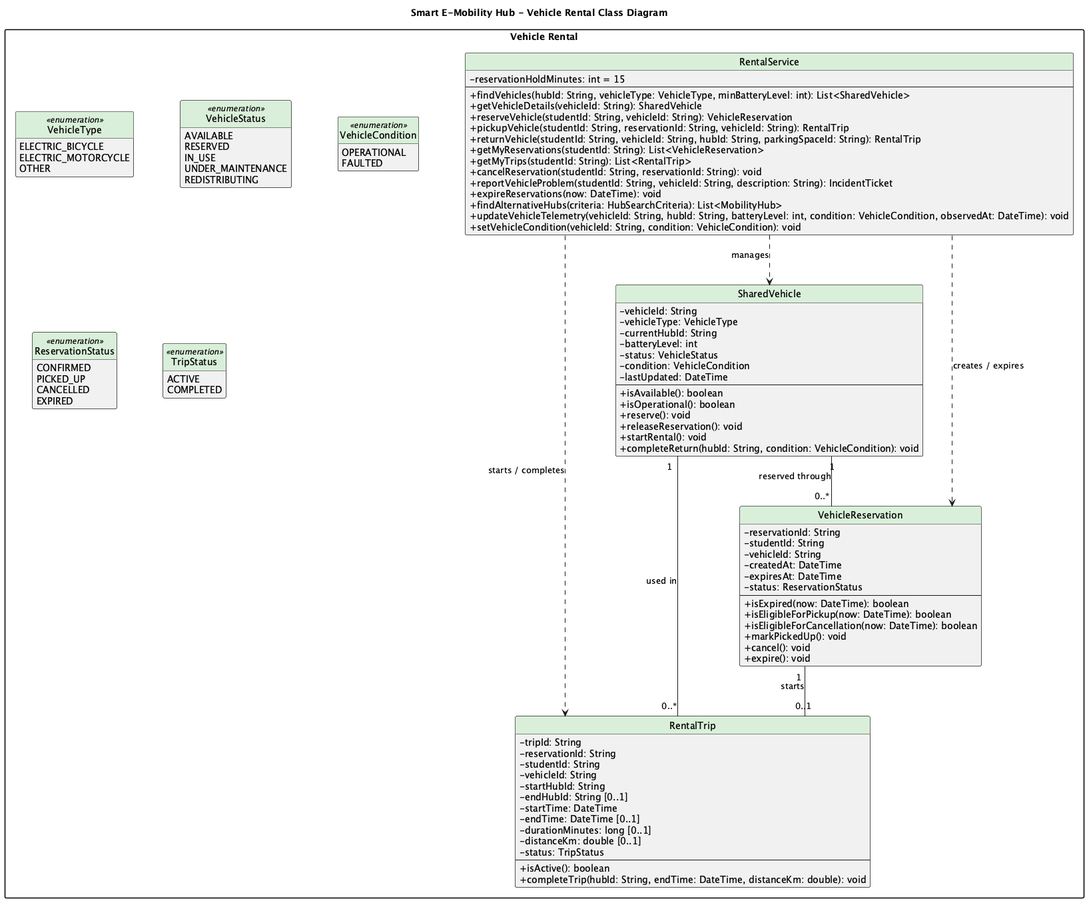
This is docs/submission-3/class-diagram/vehicle-rental/02-vehicle-rental.png from thanhpham1108/smart-e-mobility-hub, a PlantUML export, as it was before one commit. Its diagram source:
```plantuml
@startuml 02-vehicle-rental
title Smart E-Mobility Hub - Vehicle Rental Class Diagram

skinparam classAttributeIconSize 0
skinparam classHeaderBackgroundColor #D9EFD9
skinparam shadowing false
skinparam packageStyle rectangle
skinparam linetype ortho
skinparam nodesep 70
skinparam ranksep 75
hide circle
hide empty members

package "Vehicle Rental" {

    class SharedVehicle {
        - vehicleId: String
        - vehicleType: VehicleType
        - currentHubId: String
        - batteryLevel: int
        - status: VehicleStatus
        - condition: VehicleCondition
        - lastUpdated: DateTime
        --
        + isAvailable(): boolean
        + isOperational(): boolean
        + reserve(): void
        + releaseReservation(): void
        + startRental(): void
        + completeReturn(hubId: String, condition: VehicleCondition): void
    }

    enum VehicleType <<enumeration>> {
        ELECTRIC_BICYCLE
        ELECTRIC_MOTORCYCLE
        OTHER
    }

    enum VehicleStatus <<enumeration>> {
        AVAILABLE
        RESERVED
        IN_USE
        UNDER_MAINTENANCE
        REDISTRIBUTING
    }

    enum VehicleCondition <<enumeration>> {
        OPERATIONAL
        FAULTED
    }

    class VehicleReservation {
        - reservationId: String
        - studentId: String
        - vehicleId: String
        - createdAt: DateTime
        - expiresAt: DateTime
        - status: ReservationStatus
        --
        + isExpired(now: DateTime): boolean
        + isEligibleForPickup(now: DateTime): boolean
        + isEligibleForCancellation(now: DateTime): boolean
        + markPickedUp(): void
        + cancel(): void
        + expire(): void
    }

    enum ReservationStatus <<enumeration>> {
        CONFIRMED
        PICKED_UP
        CANCELLED
        EXPIRED
    }

    class RentalTrip {
        - tripId: String
        - reservationId: String
        - studentId: String
        - vehicleId: String
        - startHubId: String
        - endHubId: String [0..1]
        - startTime: DateTime
        - endTime: DateTime [0..1]
        - durationMinutes: long [0..1]
        - distanceKm: double [0..1]
        - status: TripStatus
        --
        + isActive(): boolean
        + completeTrip(hubId: String, endTime: DateTime, distanceKm: double): void
    }

    enum TripStatus <<enumeration>> {
        ACTIVE
        COMPLETED
    }

    class RentalService {
        - reservationHoldMinutes: int = 15
        --
        + findVehicles(hubId: String, vehicleType: VehicleType, minBatteryLevel: int): List<SharedVehicle>
        + getVehicleDetails(vehicleId: String): SharedVehicle
        + reserveVehicle(studentId: String, vehicleId: String): VehicleReservation
        + pickupVehicle(studentId: String, reservationId: String, vehicleId: String): RentalTrip
        + returnVehicle(studentId: String, vehicleId: String, hubId: String, parkingSpaceId: String): RentalTrip
        + getMyReservations(studentId: String): List<VehicleReservation>
        + getMyTrips(studentId: String): List<RentalTrip>
        + cancelReservation(studentId: String, reservationId: String): void
        + reportVehicleProblem(studentId: String, vehicleId: String, description: String): IncidentTicket
        + expireReservations(now: DateTime): void
        + findAlternativeHubs(criteria: HubSearchCriteria): List<MobilityHub>
        + updateVehicleTelemetry(vehicleId: String, hubId: String, batteryLevel: int, condition: VehicleCondition, observedAt: DateTime): void
        + setVehicleCondition(vehicleId: String, condition: VehicleCondition): void
    }

}


SharedVehicle "1" -- "0..*" VehicleReservation : reserved through
SharedVehicle "1" -- "0..*" RentalTrip : used in
VehicleReservation "1" -- "0..1" RentalTrip : starts


RentalService ..> SharedVehicle : manages
RentalService ..> VehicleReservation : creates / expires
RentalService ..> RentalTrip : starts / completes

@enduml
```
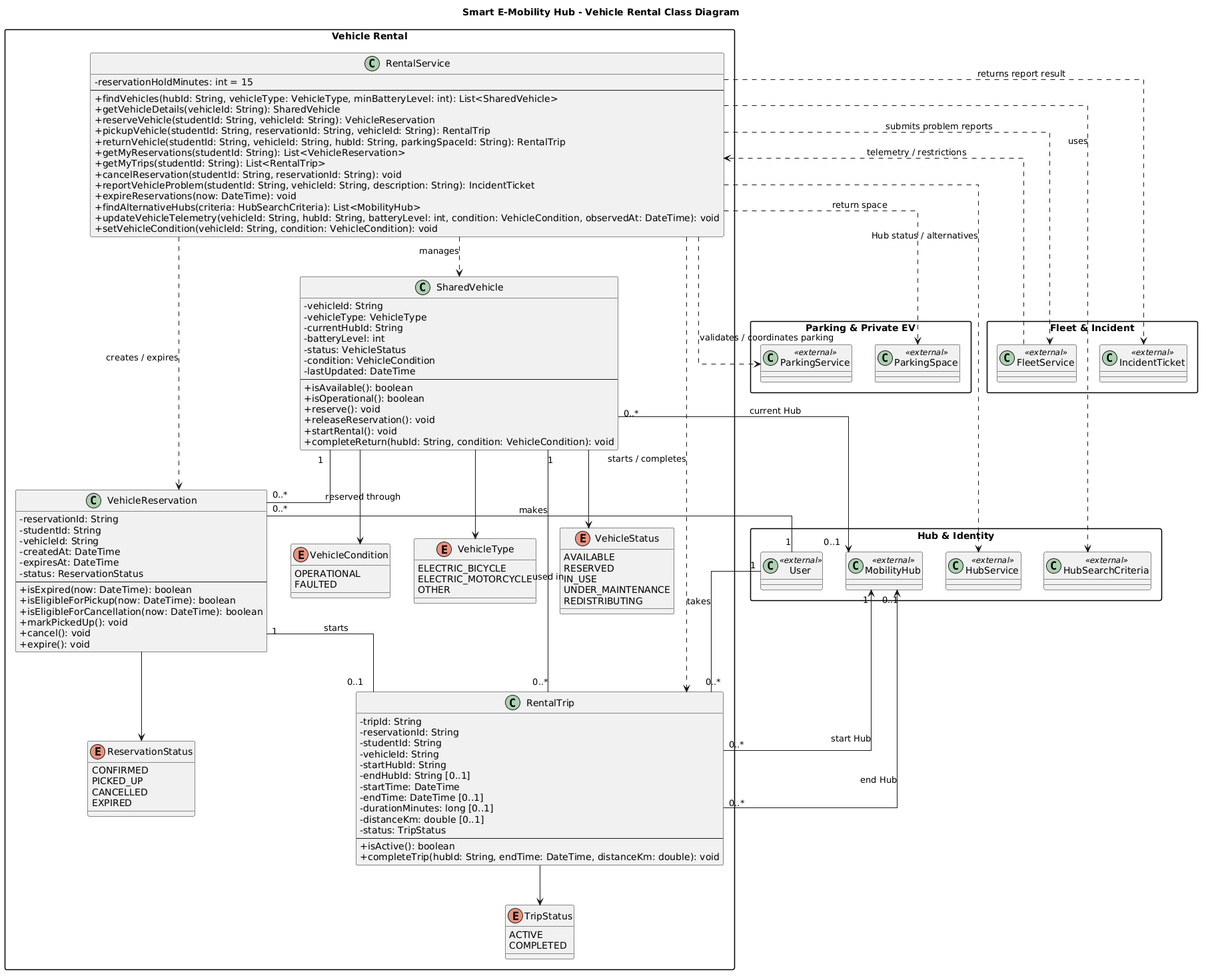
The same file after the commit.

Commit message:
docs(vehicle-rental): restore teammate diagram version

What changed in the source:
```diff
@@ -1,15 +1,10 @@
-@startuml 02-vehicle-rental
+@startuml
 title Smart E-Mobility Hub - Vehicle Rental Class Diagram
 
 skinparam classAttributeIconSize 0
-skinparam classHeaderBackgroundColor #D9EFD9
 skinparam shadowing false
 skinparam packageStyle rectangle
 skinparam linetype ortho
-skinparam nodesep 70
-skinparam ranksep 75
-hide circle
-hide empty members
 
 package "Vehicle Rental" {
 
@@ -30,13 +25,13 @@
         + completeReturn(hubId: String, condition: VehicleCondition): void
     }
 
-    enum VehicleType <<enumeration>> {
+    enum VehicleType {
         ELECTRIC_BICYCLE
         ELECTRIC_MOTORCYCLE
         OTHER
     }
 
-    enum VehicleStatus <<enumeration>> {
+    enum VehicleStatus {
         AVAILABLE
         RESERVED
         IN_USE
@@ -44,7 +39,7 @@
         REDISTRIBUTING
     }
 
-    enum VehicleCondition <<enumeration>> {
+    enum VehicleCondition {
         OPERATIONAL
         FAULTED
     }
@@ -65,7 +60,7 @@
         + expire(): void
     }
 
-    enum ReservationStatus <<enumeration>> {
+    enum ReservationStatus {
         CONFIRMED
         PICKED_UP
         CANCELLED
@@ -89,7 +84,7 @@
         + completeTrip(hubId: String, endTime: DateTime, distanceKm: double): void
     }
 
-    enum TripStatus <<enumeration>> {
+    enum TripStatus {
         ACTIVE
         COMPLETED
     }
@@ -114,14 +109,55 @@
 
 }
 
+package "Hub & Identity" {
+    class User <<external>>
+    class MobilityHub <<external>>
+    class HubService <<external>>
+    class HubSearchCriteria <<external>>
+}
+
+package "Parking & Private EV" {
+    class ParkingService <<external>>
+    class ParkingSpace <<external>>
+}
+
+package "Fleet & Incident" {
+    class FleetService <<external>>
+    class IncidentTicket <<external>>
+}
+
+
+SharedVehicle --> VehicleType
+SharedVehicle --> VehicleStatus
+SharedVehicle --> VehicleCondition
+
+VehicleReservation --> ReservationStatus
+RentalTrip --> TripStatus
 
 SharedVehicle "1" -- "0..*" VehicleReservation : reserved through
 SharedVehicle "1" -- "0..*" RentalTrip : used in
 VehicleReservation "1" -- "0..1" RentalTrip : starts
 
 
+User "1" -- "0..*" VehicleReservation : makes
+User "1" -- "0..*" RentalTrip : takes
+
+SharedVehicle "0..*" --> "0..1" MobilityHub : current Hub
+
+RentalTrip "0..*" --> "1" MobilityHub : start Hub
+RentalTrip "0..*" --> "0..1" MobilityHub : end Hub
+
+
 RentalService ..> SharedVehicle : manages
 RentalService ..> VehicleReservation : creates / expires
 RentalService ..> RentalTrip : starts / completes
 
+RentalService ..> HubService : Hub status / alternatives
+RentalService ..> HubSearchCriteria : uses
+RentalService ..> ParkingService : validates / coordinates parking
+RentalService ..> ParkingSpace : return space
+RentalService ..> FleetService : submits problem reports
+RentalService ..> IncidentTicket : returns report result
+
+FleetService ..> RentalService : telemetry / restrictions
 @enduml
```
